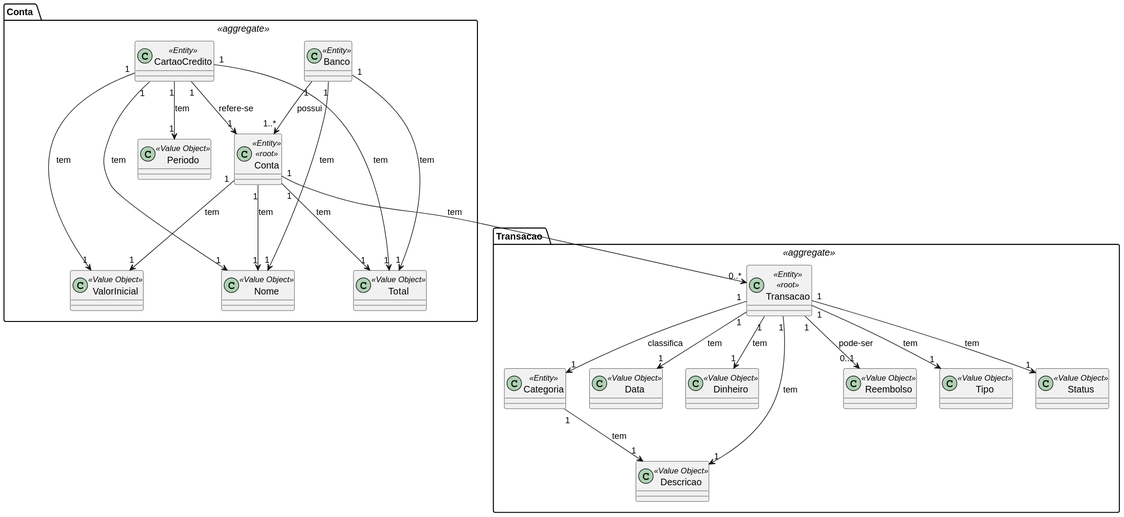
Before: docs/domain_model.svg, a diagram exported from PlantUML (DiogoMMP/poupa-me). The source it was exported from:
```plantuml
@startuml
package "Conta " <<aggregate>> {


    class Conta <<Entity>> <<root>>{

    }

    class CartaoCredito <<Entity>>{

    }

    class Banco <<Entity>> {

    }



    class Nome <<Value Object>> {

    }

    class Total <<Value Object>> {

    }

    class ValorInicial <<Value Object>> {

    }

    class Periodo <<Value Object>> {

    }



    Banco "1" --> "1..*" Conta: possui
    Banco "1" --> "1" Nome: tem
    Banco "1" --> "1" Total: tem

    Conta "1" --> "1" ValorInicial: tem
    Conta "1" --> "1" Total: tem
    Conta "1" --> "1" Nome: tem

    CartaoCredito "1" --> "1" Conta: refere-se
    CartaoCredito "1" --> "1" ValorInicial: tem
    CartaoCredito "1" --> "1" Total: tem
    CartaoCredito "1" --> "1" Nome: tem
    CartaoCredito "1" --> "1" Periodo: tem
}

package "Transacao " <<aggregate>> {


    class Transacao <<Entity>> <<root>>{

    }

    class Categoria <<Entity>>{

    }


    class Data <<Value Object>> {

    }

    class Dinheiro <<Value Object>> {

    }

    class Descricao <<Value Object>> {

    }

    class Reembolso <<Value Object>> {

    }

    class Tipo <<Value Object>> {

    }

    class Status <<Value Object>> {

    }


    Transacao "1" --> "1" Categoria: classifica
    Transacao "1" --> "1" Data: tem
    Transacao "1" --> "1" Dinheiro: tem
    Transacao "1" --> "1" Descricao: tem
    Transacao "1" --> "0..1" Reembolso: pode-ser
    Transacao "1" --> "1" Tipo: tem
    Transacao "1" --> "1" Status: tem

    Categoria "1" --> "1" Descricao: tem

}



Conta "1" --> "0..*" Transacao: tem
@enduml
```
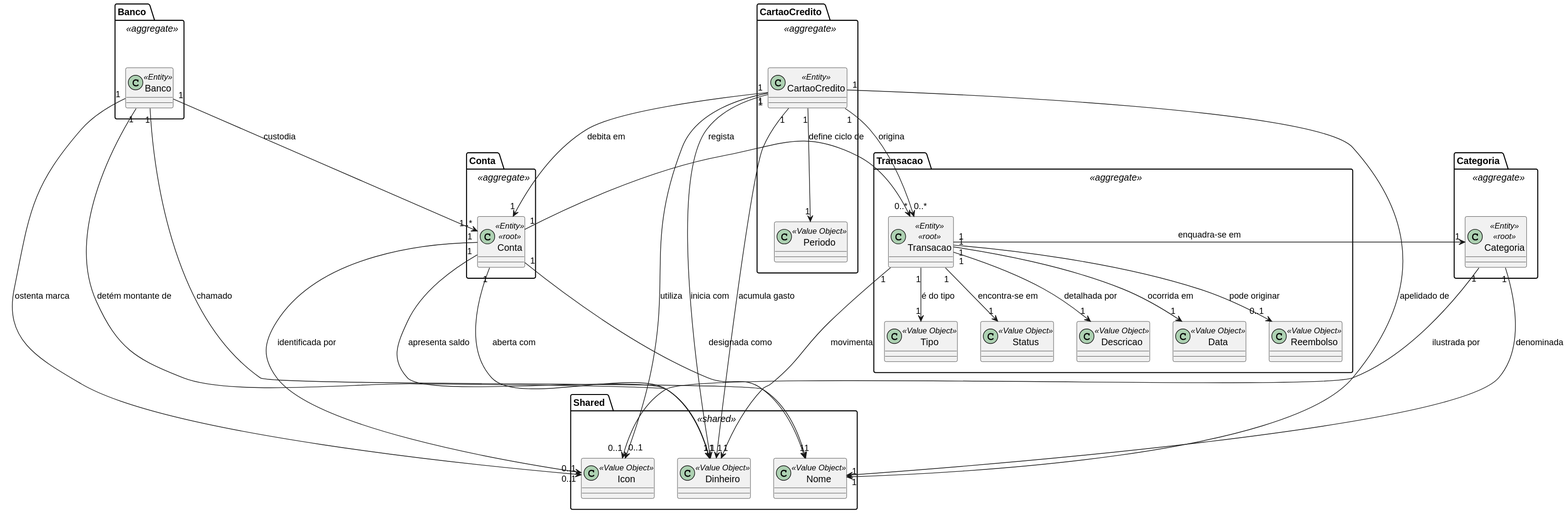
After the change.

Diff of the diagram source:
```diff
@@ -1,104 +1,89 @@
 @startuml
+package "Banco " <<aggregate>> {
+    class Banco <<Entity>> {
+    }
+}
+
 package "Conta " <<aggregate>> {
+    class Conta <<Entity>> <<root>>{
+    }
+}
 
-
-    class Conta <<Entity>> <<root>>{
-
-    }
-
+package "CartaoCredito " <<aggregate>> {
     class CartaoCredito <<Entity>>{
-
-    }
-
-    class Banco <<Entity>> {
-
-    }
-
-
-
-    class Nome <<Value Object>> {
-
-    }
-
-    class Total <<Value Object>> {
-
-    }
-
-    class ValorInicial <<Value Object>> {
-
     }
 
     class Periodo <<Value Object>> {
-
     }
 
-
-
-    Banco "1" --> "1..*" Conta: possui
-    Banco "1" --> "1" Nome: tem
-    Banco "1" --> "1" Total: tem
-
-    Conta "1" --> "1" ValorInicial: tem
-    Conta "1" --> "1" Total: tem
-    Conta "1" --> "1" Nome: tem
-
-    CartaoCredito "1" --> "1" Conta: refere-se
-    CartaoCredito "1" --> "1" ValorInicial: tem
-    CartaoCredito "1" --> "1" Total: tem
-    CartaoCredito "1" --> "1" Nome: tem
-    CartaoCredito "1" --> "1" Periodo: tem
+    CartaoCredito "1" --> "1" Periodo: define ciclo de
 }
 
 package "Transacao " <<aggregate>> {
-
-
     class Transacao <<Entity>> <<root>>{
-
     }
 
-    class Categoria <<Entity>>{
-
+    class Data <<Value Object>> {
     }
 
+    class Reembolso <<Value Object>> {
+    }
 
-    class Data <<Value Object>> {
+    class Tipo <<Value Object>> {
+    }
 
+    class Status <<Value Object>> {
+    }
+
+    class Descricao <<Value Object>> {
+    }
+
+    Transacao "1" --> "1" Data: ocorrida em
+    Transacao "1" --> "0..1" Reembolso: pode originar
+    Transacao "1" --> "1" Tipo: é do tipo
+    Transacao "1" --> "1" Status: encontra-se em
+    Transacao "1" --> "1" Descricao: detalhada por
+}
+
+package "Categoria " <<aggregate>> {
+    class Categoria <<Entity>> <<root>>{
+    }
+}
+
+package "Shared " <<shared>> {
+    class Nome <<Value Object>> {
     }
 
     class Dinheiro <<Value Object>> {
-
     }
 
-    class Descricao <<Value Object>> {
-
+    class Icon <<Value Object>> {
     }
-
-    class Reembolso <<Value Object>> {
-
-    }
-
-    class Tipo <<Value Object>> {
-
-    }
-
-    class Status <<Value Object>> {
-
-    }
-
-
-    Transacao "1" --> "1" Categoria: classifica
-    Transacao "1" --> "1" Data: tem
-    Transacao "1" --> "1" Dinheiro: tem
-    Transacao "1" --> "1" Descricao: tem
-    Transacao "1" --> "0..1" Reembolso: pode-ser
-    Transacao "1" --> "1" Tipo: tem
-    Transacao "1" --> "1" Status: tem
-
-    Categoria "1" --> "1" Descricao: tem
-
 }
 
 
 
-Conta "1" --> "0..*" Transacao: tem
+Conta "1" --> "0..*" Transacao: regista
+Conta "1" ---> "0..1" Icon: identificada por
+Conta "1" ---> "1" Dinheiro: aberta com
+Conta "1" ---> "1" Dinheiro: apresenta saldo
+Conta "1" ---> "1" Nome: designada como
+
+CartaoCredito "1" ---> "0..1" Icon: utiliza
+CartaoCredito "1" --> "1" Conta: debita em
+CartaoCredito "1" ---> "1" Dinheiro: inicia com
+CartaoCredito "1" ---> "1" Dinheiro: acumula gasto
+CartaoCredito "1" ---> "1" Nome: apelidado de
+CartaoCredito "1" --> "0..*" Transacao: origina
+
+Categoria "1" ---> "0..1" Icon: ilustrada por
+Categoria "1" ---> "1" Nome: denominada
+
+Banco "1" ---> "0..1" Icon: ostenta marca
+Banco "1" --> "1..*" Conta: custodia
+Banco "1" ---> "1" Nome: chamado
+Banco "1" ---> "1" Dinheiro: detém montante de
+
+Transacao "1" --> "1" Categoria: enquadra-se em
+Transacao "1" ---> "1" Dinheiro: movimenta
 @enduml
```
